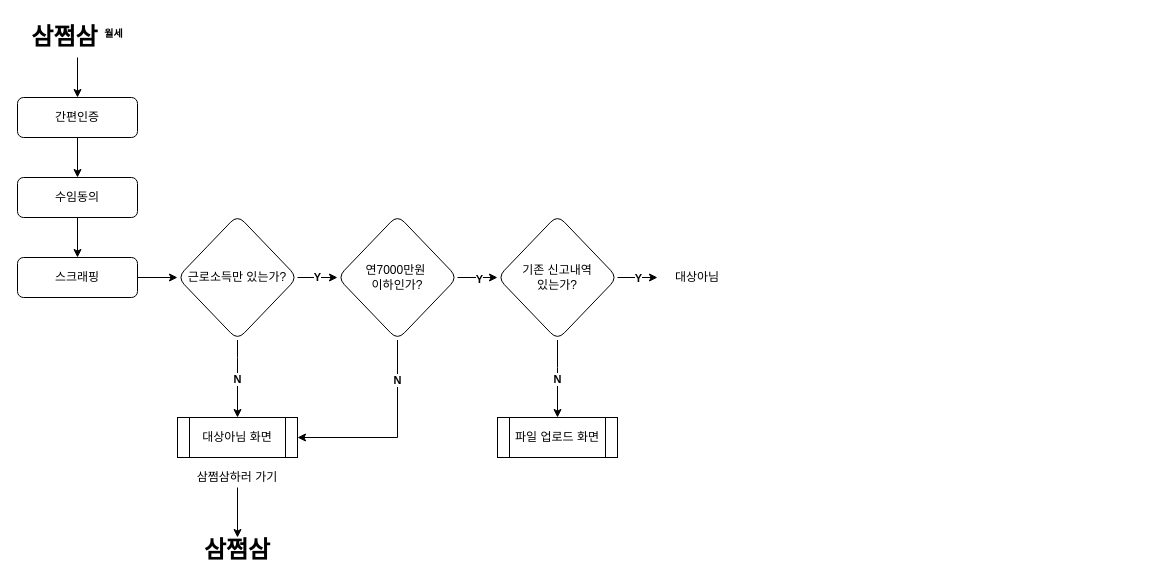
Before: Test.drawio in olored/slack_bot, a draw.io diagram. Source tidied: cells renumbered, new cells numbered last; positions are measured from the earlier drawing's top-left corner, leaving out a move shared by most shapes. Both pictures are drawn from the tidied source at 100%, with x=0, y=0 at pixel (17, 17).
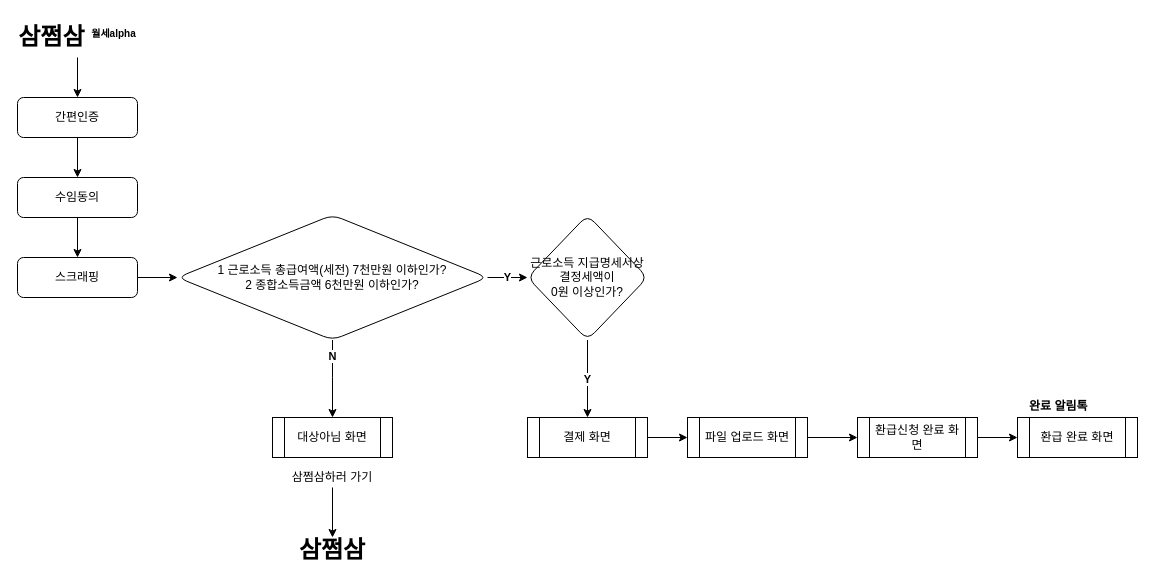
After the change.

Diff of the diagram source:
```diff
@@
-    <mxCell id="8" value="&lt;b&gt;Y&lt;/b&gt;" style="edgeStyle=orthogonalEdgeStyle;rounded=0;jettySize=auto;html=1;" parent="1" edge="1" source="10" target="15">
-      <mxGeometry relative="1" as="geometry" />
-    </mxCell>
-    <mxCell id="9" value="&lt;b&gt;N&lt;/b&gt;" style="edgeStyle=orthogonalEdgeStyle;rounded=0;jettySize=auto;html=1;" parent="1" edge="1" source="10" target="16">
-      <mxGeometry relative="1" as="geometry">
-        <Array as="points">
-          <mxPoint x="220" y="340" />
-          <mxPoint x="220" y="340" />
-        </Array>
-      </mxGeometry>
-    </mxCell>
+    <mxCell id="28" value="&lt;b&gt;Y&lt;/b&gt;" style="edgeStyle=orthogonalEdgeStyle;rounded=0;jettySize=auto;html=1;entryX=0;entryY=0.5;entryDx=0;entryDy=0;" parent="1" edge="1" source="10" target="33">
+      <mxGeometry relative="1" as="geometry" />
+    </mxCell>
-    <mxCell id="10" value="근로소득만 있는가?" style="rhombus;whiteSpace=wrap;html=1;rounded=1;" parent="1" vertex="1">
-      <mxGeometry x="160" y="197.5" width="120" height="125" as="geometry" />
+    <mxCell id="10" value="1 근로소득&amp;nbsp;총급여액(세전)&amp;nbsp;7천만원 이하인가?&lt;br&gt;2&amp;nbsp;&lt;span style=&quot;font-family: &amp;#34;helvetica&amp;#34;&quot;&gt;종합소득금액&amp;nbsp;6천만원&lt;/span&gt;&lt;span style=&quot;font-family: &amp;#34;helvetica&amp;#34;&quot;&gt;&amp;nbsp;&lt;/span&gt;&lt;span style=&quot;font-family: &amp;#34;helvetica&amp;#34;&quot;&gt;이하인가?&lt;/span&gt;" style="rhombus;whiteSpace=wrap;html=1;rounded=1;" parent="1" vertex="1">
+      <mxGeometry x="160" y="197.5" width="310" height="125" as="geometry" />
     </mxCell>
-    <mxCell id="11" style="edgeStyle=orthogonalEdgeStyle;rounded=0;jettySize=auto;html=1;" parent="1" edge="1" source="15">
-      <mxGeometry relative="1" as="geometry">
-        <mxPoint x="480" y="260" as="targetPoint" />
-      </mxGeometry>
-    </mxCell>
-    <mxCell id="12" value="&lt;b&gt;Y&lt;/b&gt;" style="edgeLabel;html=1;align=center;verticalAlign=middle;" parent="11" vertex="1">
-      <mxGeometry x="0.1" y="-7" relative="1" as="geometry">
-        <mxPoint y="-6" as="offset" />
-      </mxGeometry>
-    </mxCell>
-    <mxCell id="13" style="edgeStyle=orthogonalEdgeStyle;rounded=0;jettySize=auto;html=1;entryX=1;entryY=0.5;entryDx=0;entryDy=0;" parent="1" edge="1" source="15" target="16">
+    <mxCell id="13" style="edgeStyle=orthogonalEdgeStyle;rounded=0;orthogonalLoop=1;jettySize=auto;html=1;entryX=0.5;entryY=0;entryDx=0;entryDy=0;exitX=0.5;exitY=1;exitDx=0;exitDy=0;" parent="1" edge="1">
       <mxGeometry relative="1" as="geometry">
+        <mxPoint x="315" y="322.5" as="sourcePoint" />
+        <mxPoint x="315" y="400" as="targetPoint" />
         <Array as="points">
-          <mxPoint x="380" y="420" />
+          <mxPoint x="315" y="360" />
+          <mxPoint x="315" y="360" />
         </Array>
       </mxGeometry>
     </mxCell>
@@
-    <mxCell id="15" value="연7000만원&amp;nbsp;&lt;br&gt;이하인가?" style="rhombus;whiteSpace=wrap;html=1;rounded=1;" parent="1" vertex="1">
-      <mxGeometry x="320" y="197.5" width="120" height="125" as="geometry" />
-    </mxCell>
     <mxCell id="16" value="&lt;span&gt;대상아님 화면&lt;/span&gt;" style="shape=process;whiteSpace=wrap;html=1;backgroundOutline=1;" parent="1" vertex="1">
-      <mxGeometry x="160" y="400" width="120" height="40" as="geometry" />
+      <mxGeometry x="255" y="400" width="120" height="40" as="geometry" />
     </mxCell>
@@
     <mxCell id="18" value="삼쩜삼하러 가기" style="text;html=1;strokeColor=none;fillColor=none;align=center;verticalAlign=middle;whiteSpace=wrap;rounded=0;" parent="1" vertex="1">
-      <mxGeometry x="165" y="450" width="110" height="20" as="geometry" />
+      <mxGeometry x="260" y="450" width="110" height="20" as="geometry" />
     </mxCell>
@@
-    <mxCell id="20" value="&lt;sub&gt;&lt;font style=&quot;font-size: 24px&quot;&gt;삼쩜삼 &lt;/font&gt;&lt;/sub&gt;&lt;sup&gt;월세&lt;/sup&gt;" style="text;html=1;strokeColor=none;fillColor=none;align=center;verticalAlign=middle;whiteSpace=wrap;rounded=0;fontStyle=1;" parent="1" vertex="1">
+    <mxCell id="20" value="&lt;sub&gt;&lt;font style=&quot;font-size: 24px&quot;&gt;삼쩜삼 &lt;/font&gt;&lt;/sub&gt;&lt;sup&gt;월세alpha&lt;/sup&gt;" style="text;html=1;strokeColor=none;fillColor=none;align=center;verticalAlign=middle;whiteSpace=wrap;rounded=0;fontStyle=1;" parent="1" vertex="1">
       <mxGeometry width="120" height="40" as="geometry" />
     </mxCell>
     <mxCell id="21" value="&lt;sub&gt;&lt;font style=&quot;font-size: 24px&quot;&gt;삼쩜삼&lt;/font&gt;&lt;/sub&gt;" style="text;html=1;strokeColor=none;fillColor=none;align=center;verticalAlign=middle;whiteSpace=wrap;rounded=0;fontStyle=1;" parent="1" vertex="1">
-      <mxGeometry x="160" y="520" width="120" height="25" as="geometry" />
+      <mxGeometry x="255" y="520" width="120" height="25" as="geometry" />
     </mxCell>
-    <mxCell id="22" style="edgeStyle=orthogonalEdgeStyle;rounded=0;jettySize=auto;html=1;" parent="1" edge="1" source="25">
-      <mxGeometry relative="1" as="geometry">
-        <mxPoint x="640" y="260" as="targetPoint" />
-        <Array as="points">
-          <mxPoint x="620" y="260" />
-          <mxPoint x="620" y="260" />
-        </Array>
-      </mxGeometry>
-    </mxCell>
-    <mxCell id="23" value="&lt;b&gt;Y&lt;/b&gt;" style="edgeLabel;html=1;align=center;verticalAlign=middle;" parent="22" vertex="1">
-      <mxGeometry x="-0.45" y="-4" relative="1" as="geometry">
-        <mxPoint x="9" y="-4" as="offset" />
-      </mxGeometry>
-    </mxCell>
-    <mxCell id="24" value="&lt;b&gt;N&lt;/b&gt;" style="edgeStyle=orthogonalEdgeStyle;rounded=0;jettySize=auto;html=1;entryX=0.5;entryY=0;entryDx=0;entryDy=0;" parent="1" edge="1" source="25" target="27">
-      <mxGeometry relative="1" as="geometry">
-        <Array as="points">
-          <mxPoint x="540" y="350" />
-          <mxPoint x="540" y="350" />
-        </Array>
-      </mxGeometry>
-    </mxCell>
-    <mxCell id="25" value="기존 신고내역&lt;br&gt;있는가?" style="rhombus;whiteSpace=wrap;html=1;rounded=1;" parent="1" vertex="1">
-      <mxGeometry x="480" y="197.5" width="120" height="125" as="geometry" />
-    </mxCell>
-    <mxCell id="26" value="대상아님" style="text;html=1;strokeColor=none;fillColor=none;align=center;verticalAlign=middle;whiteSpace=wrap;rounded=0;" parent="1" vertex="1">
-      <mxGeometry x="640" y="247.5" width="80" height="25" as="geometry" />
-    </mxCell>
+    <mxCell id="29" style="edgeStyle=orthogonalEdgeStyle;rounded=0;jettySize=auto;html=1;" parent="1" edge="1" source="27" target="31">
+      <mxGeometry relative="1" as="geometry" />
+    </mxCell>
     <mxCell id="27" value="파일 업로드 화면" style="shape=process;whiteSpace=wrap;html=1;backgroundOutline=1;" parent="1" vertex="1">
-      <mxGeometry x="480" y="400" width="120" height="40" as="geometry" />
+      <mxGeometry x="670" y="400" width="120" height="40" as="geometry" />
     </mxCell>
+    <mxCell id="30" style="edgeStyle=orthogonalEdgeStyle;rounded=0;jettySize=auto;html=1;" parent="1" edge="1" source="31" target="32">
+      <mxGeometry relative="1" as="geometry" />
+    </mxCell>
+    <mxCell id="31" value="환급신청 완료 화면" style="shape=process;whiteSpace=wrap;html=1;backgroundOutline=1;" parent="1" vertex="1">
+      <mxGeometry x="840" y="400" width="120" height="40" as="geometry" />
+    </mxCell>
+    <mxCell id="32" value="환급 완료 화면" style="shape=process;whiteSpace=wrap;html=1;backgroundOutline=1;" parent="1" vertex="1">
+      <mxGeometry x="1000" y="400" width="120" height="40" as="geometry" />
+    </mxCell>
+    <mxCell id="8" value="&lt;b&gt;Y&lt;/b&gt;" style="edgeStyle=orthogonalEdgeStyle;rounded=0;jettySize=auto;html=1;" parent="1" edge="1" source="33" target="36">
+      <mxGeometry relative="1" as="geometry" />
+    </mxCell>
+    <mxCell id="33" value="근로소득 지급명세서상&lt;br&gt;결정세액이 &lt;br&gt;0원 이상인가?" style="rhombus;whiteSpace=wrap;html=1;rounded=1;" parent="1" vertex="1">
+      <mxGeometry x="510" y="197.5" width="120" height="125" as="geometry" />
+    </mxCell>
+    <mxCell id="34" value="&lt;font face=&quot;helvetica&quot;&gt;&lt;b&gt;완료 알림톡&lt;/b&gt;&lt;br&gt;&lt;/font&gt;" style="text;whiteSpace=wrap;html=1;" parent="1" vertex="1">
+      <mxGeometry x="1010" y="375" width="67" height="25" as="geometry" />
+    </mxCell>
+    <mxCell id="35" style="edgeStyle=orthogonalEdgeStyle;rounded=0;jettySize=auto;html=1;entryX=0;entryY=0.5;entryDx=0;entryDy=0;" parent="1" edge="1" source="36" target="27">
+      <mxGeometry relative="1" as="geometry" />
+    </mxCell>
+    <mxCell id="36" value="결제 화면" style="shape=process;whiteSpace=wrap;html=1;backgroundOutline=1;" parent="1" vertex="1">
+      <mxGeometry x="510" y="400" width="120" height="40" as="geometry" />
+    </mxCell>
```
